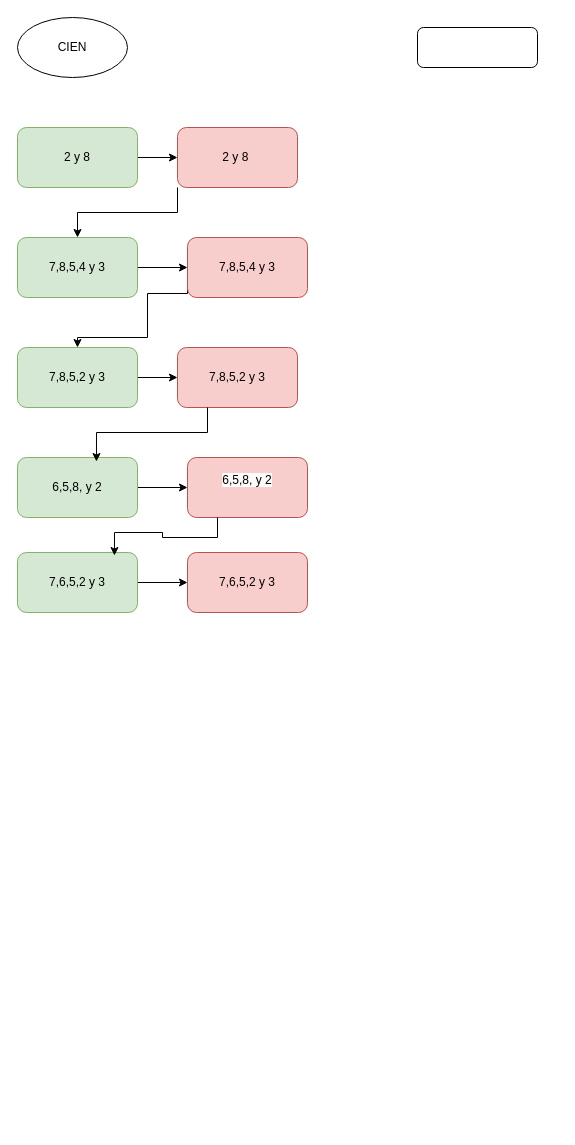
Earlier version of the draw.io diagram Diagrama sin título.drawio (ebruschi/Abi). Source tidied: cells renumbered, new cells numbered last; positions are measured from the earlier drawing's top-left corner, leaving out a move shared by most shapes. Both pictures are drawn from the tidied source at 100%, with x=0, y=0 at pixel (17, 17).
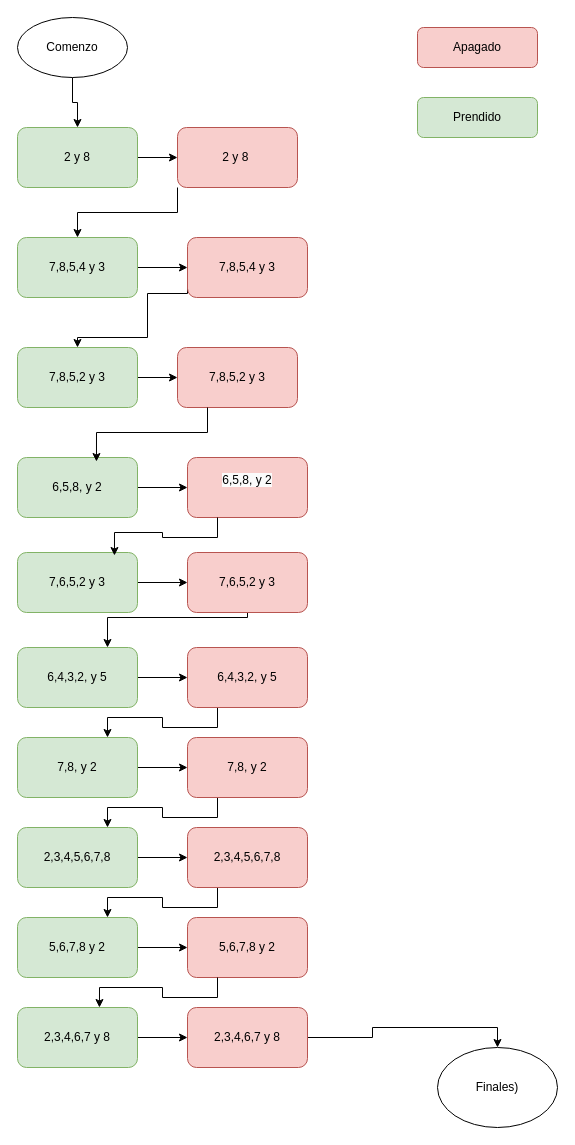
The same diagram, later.

The change refers to these unchanged cells:
```xml
<mxCell id="4" value="2 y 8" style="rounded=1;whiteSpace=wrap;html=1;fillColor=#d5e8d4;strokeColor=#82b366;" parent="1" vertex="1">
  <mxGeometry y="110" width="120" height="60" as="geometry" />
</mxCell>
<mxCell id="17" value="7,6,5,2 y 3" style="rounded=1;whiteSpace=wrap;html=1;fillColor=#f8cecc;strokeColor=#b85450;" parent="1" vertex="1">
  <mxGeometry x="170" y="535" width="120" height="60" as="geometry" />
</mxCell>
```

The edit, as a diff of the source:
```diff
@@
+    <mxCell id="23" style="edgeStyle=orthogonalEdgeStyle;rounded=0;jettySize=auto;html=1;" parent="1" edge="1" source="2" target="4">
+      <mxGeometry relative="1" as="geometry" />
+    </mxCell>
-    <mxCell id="2" value="CIEN" style="ellipse;whiteSpace=wrap;" parent="1" vertex="1">
+    <mxCell id="2" value="Comenzo" style="ellipse;whiteSpace=wrap;" parent="1" vertex="1">
       <mxGeometry width="110" height="60" as="geometry" />
     </mxCell>
@@
+    <mxCell id="24" style="edgeStyle=orthogonalEdgeStyle;rounded=0;jettySize=auto;html=1;entryX=0.75;entryY=0;entryDx=0;entryDy=0;" parent="1" edge="1" source="17" target="26">
+      <mxGeometry relative="1" as="geometry">
+        <Array as="points">
+          <mxPoint x="230" y="600" />
+          <mxPoint x="90" y="600" />
+        </Array>
+      </mxGeometry>
+    </mxCell>
@@
-    <mxCell id="22" style="rounded=1;whiteSpace=wrap;html=1;" parent="1" vertex="1">
+    <mxCell id="22" value="Apagado" style="rounded=1;whiteSpace=wrap;html=1;fillColor=#f8cecc;strokeColor=#b85450;" parent="1" vertex="1">
       <mxGeometry x="400" y="10" width="120" height="40" as="geometry" />
     </mxCell>
+    <mxCell id="25" style="edgeStyle=orthogonalEdgeStyle;rounded=0;jettySize=auto;html=1;" parent="1" edge="1" source="26" target="28">
+      <mxGeometry relative="1" as="geometry" />
+    </mxCell>
+    <mxCell id="26" value="6,4,3,2, y 5" style="rounded=1;whiteSpace=wrap;html=1;fillColor=#d5e8d4;strokeColor=#82b366;" parent="1" vertex="1">
+      <mxGeometry y="630" width="120" height="60" as="geometry" />
+    </mxCell>
+    <mxCell id="27" style="edgeStyle=orthogonalEdgeStyle;rounded=0;jettySize=auto;html=1;exitX=0.25;exitY=1;exitDx=0;exitDy=0;entryX=0.75;entryY=0;entryDx=0;entryDy=0;" parent="1" edge="1" source="28" target="30">
+      <mxGeometry relative="1" as="geometry" />
+    </mxCell>
+    <mxCell id="28" value="6,4,3,2, y 5" style="rounded=1;whiteSpace=wrap;html=1;fillColor=#f8cecc;strokeColor=#b85450;" parent="1" vertex="1">
+      <mxGeometry x="170" y="630" width="120" height="60" as="geometry" />
+    </mxCell>
+    <mxCell id="29" style="edgeStyle=orthogonalEdgeStyle;rounded=0;jettySize=auto;html=1;" parent="1" edge="1" source="30" target="32">
+      <mxGeometry relative="1" as="geometry" />
+    </mxCell>
+    <mxCell id="30" value="7,8, y 2" style="rounded=1;whiteSpace=wrap;html=1;fillColor=#d5e8d4;strokeColor=#82b366;" parent="1" vertex="1">
+      <mxGeometry y="720" width="120" height="60" as="geometry" />
+    </mxCell>
+    <mxCell id="31" style="edgeStyle=orthogonalEdgeStyle;rounded=0;jettySize=auto;html=1;exitX=0.25;exitY=1;exitDx=0;exitDy=0;entryX=0.75;entryY=0;entryDx=0;entryDy=0;" parent="1" edge="1" source="32" target="34">
+      <mxGeometry relative="1" as="geometry" />
+    </mxCell>
+    <mxCell id="32" value="7,8, y 2" style="rounded=1;whiteSpace=wrap;html=1;fillColor=#f8cecc;strokeColor=#b85450;" parent="1" vertex="1">
+      <mxGeometry x="170" y="720" width="120" height="60" as="geometry" />
+    </mxCell>
+    <mxCell id="33" style="edgeStyle=orthogonalEdgeStyle;rounded=0;jettySize=auto;html=1;" parent="1" edge="1" source="34" target="36">
+      <mxGeometry relative="1" as="geometry" />
+    </mxCell>
+    <mxCell id="34" value="2,3,4,5,6,7,8" style="rounded=1;whiteSpace=wrap;html=1;fillColor=#d5e8d4;strokeColor=#82b366;" parent="1" vertex="1">
+      <mxGeometry y="810" width="120" height="60" as="geometry" />
+    </mxCell>
+    <mxCell id="35" style="edgeStyle=orthogonalEdgeStyle;rounded=0;jettySize=auto;html=1;exitX=0.25;exitY=1;exitDx=0;exitDy=0;entryX=0.75;entryY=0;entryDx=0;entryDy=0;" parent="1" edge="1" source="36" target="38">
+      <mxGeometry relative="1" as="geometry" />
+    </mxCell>
+    <mxCell id="36" value="2,3,4,5,6,7,8" style="rounded=1;whiteSpace=wrap;html=1;fillColor=#f8cecc;strokeColor=#b85450;" parent="1" vertex="1">
+      <mxGeometry x="170" y="810" width="120" height="60" as="geometry" />
+    </mxCell>
+    <mxCell id="37" style="edgeStyle=orthogonalEdgeStyle;rounded=0;jettySize=auto;html=1;" parent="1" edge="1" source="38" target="39">
+      <mxGeometry relative="1" as="geometry" />
+    </mxCell>
+    <mxCell id="38" value="5,6,7,8 y 2" style="rounded=1;whiteSpace=wrap;html=1;fillColor=#d5e8d4;strokeColor=#82b366;" parent="1" vertex="1">
+      <mxGeometry y="900" width="120" height="60" as="geometry" />
+    </mxCell>
+    <mxCell id="39" value="5,6,7,8 y 2" style="rounded=1;whiteSpace=wrap;html=1;fillColor=#f8cecc;strokeColor=#b85450;" parent="1" vertex="1">
+      <mxGeometry x="170" y="900" width="120" height="60" as="geometry" />
+    </mxCell>
+    <mxCell id="40" style="edgeStyle=orthogonalEdgeStyle;rounded=0;jettySize=auto;html=1;" parent="1" edge="1" source="41" target="43">
+      <mxGeometry relative="1" as="geometry" />
+    </mxCell>
+    <mxCell id="41" value="2,3,4,6,7 y 8" style="rounded=1;whiteSpace=wrap;html=1;fillColor=#d5e8d4;strokeColor=#82b366;" parent="1" vertex="1">
+      <mxGeometry y="990" width="120" height="60" as="geometry" />
+    </mxCell>
+    <mxCell id="42" style="edgeStyle=orthogonalEdgeStyle;rounded=0;jettySize=auto;html=1;entryX=0.5;entryY=0;entryDx=0;entryDy=0;" parent="1" edge="1" source="43" target="44">
+      <mxGeometry relative="1" as="geometry" />
+    </mxCell>
+    <mxCell id="43" value="2,3,4,6,7 y 8" style="rounded=1;whiteSpace=wrap;html=1;fillColor=#f8cecc;strokeColor=#b85450;" parent="1" vertex="1">
+      <mxGeometry x="170" y="990" width="120" height="60" as="geometry" />
+    </mxCell>
+    <mxCell id="44" value="Finales)" style="ellipse;whiteSpace=wrap;html=1;" parent="1" vertex="1">
+      <mxGeometry x="420" y="1030" width="120" height="80" as="geometry" />
+    </mxCell>
+    <mxCell id="45" style="edgeStyle=orthogonalEdgeStyle;rounded=0;jettySize=auto;html=1;exitX=0.25;exitY=1;exitDx=0;exitDy=0;entryX=0.683;entryY=0;entryDx=0;entryDy=0;entryPerimeter=0;" parent="1" edge="1" source="39" target="41">
+      <mxGeometry relative="1" as="geometry" />
+    </mxCell>
+    <mxCell id="46" value="Prendido" style="rounded=1;whiteSpace=wrap;html=1;fillColor=#d5e8d4;strokeColor=#82b366;" parent="1" vertex="1">
+      <mxGeometry x="400" y="80" width="120" height="40" as="geometry" />
+    </mxCell>
```
